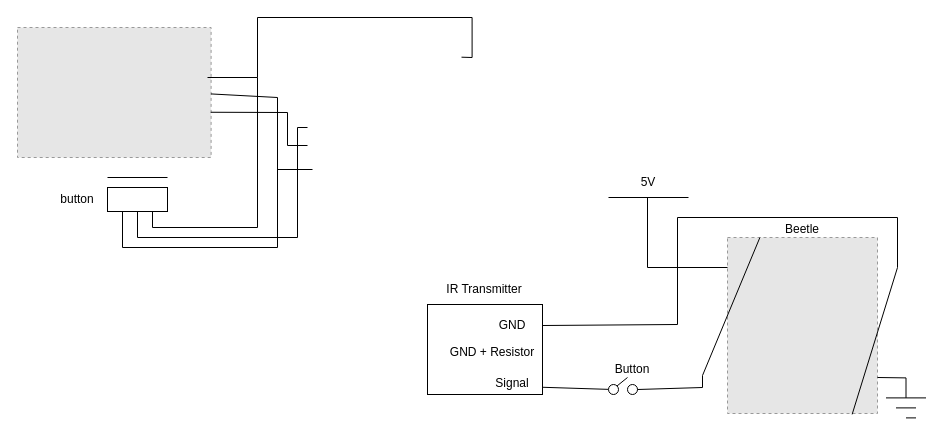
Before: page "figure 3" (3 of 3) of Untitled Diagram.drawio in e0425705/Notes, a draw.io diagram. Source tidied: cells renumbered, new cells numbered last; positions are measured from the earlier drawing's top-left corner, leaving out a move shared by most shapes. Both pictures are drawn from the tidied source at 100%, with x=0, y=0 at pixel (17, 17). Pictures stored in the file or linked from it are replaced by grey dashed boxes.
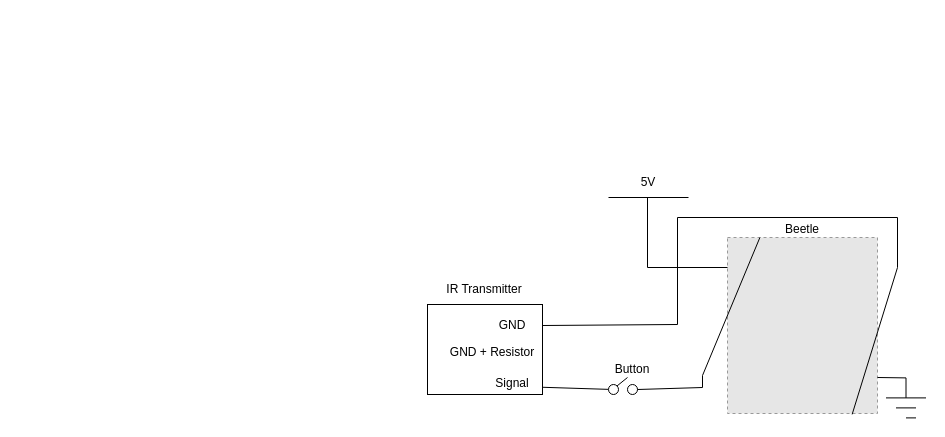
The same page after the edit.

The edit, as a diff of the source:
```diff
@@
-    <mxCell id="3" style="fillColor=#E6E6E6;strokeColor=#999999;dashed=1;verticalLabelPosition=bottom;labelBackgroundColor=default;verticalAlign=top;" parent="1" vertex="1">
-      <mxGeometry y="10" width="193.6" height="130" as="geometry" />
-    </mxCell>
@@
-    <mxCell id="7" style="endArrow=none;html=1;rounded=0;entryX=0.831;entryY=0.996;entryDx=0;entryDy=0;entryPerimeter=0;" parent="1" edge="1">
-      <mxGeometry relative="1" as="geometry">
-        <mxPoint x="190" y="60" as="sourcePoint" />
-        <mxPoint x="444" y="39.7" as="targetPoint" />
-        <Array as="points">
-          <mxPoint x="240" y="60" />
-          <mxPoint x="240" />
-          <mxPoint x="454.6" />
-          <mxPoint x="454.6" y="40" />
-        </Array>
-      </mxGeometry>
-    </mxCell>
@@
-    <mxCell id="12" style="endArrow=none;html=1;rounded=0;entryX=0.195;entryY=0.006;entryDx=0;entryDy=0;entryPerimeter=0;exitX=0.999;exitY=0.511;exitDx=0;exitDy=0;exitPerimeter=0;" parent="1" edge="1" source="3">
-      <mxGeometry relative="1" as="geometry">
-        <mxPoint x="295" y="152" as="targetPoint" />
-        <Array as="points">
-          <mxPoint x="260" y="80" />
-          <mxPoint x="260" y="152" />
-        </Array>
-      </mxGeometry>
-    </mxCell>
-    <mxCell id="13" style="endArrow=none;html=1;rounded=0;exitX=0.998;exitY=0.652;exitDx=0;exitDy=0;exitPerimeter=0;" parent="1" edge="1" source="3">
-      <mxGeometry relative="1" as="geometry">
-        <mxPoint x="290" y="128" as="targetPoint" />
-        <Array as="points">
-          <mxPoint x="270" y="95" />
-          <mxPoint x="270" y="128" />
-        </Array>
-      </mxGeometry>
-    </mxCell>
-    <mxCell id="14" style="rounded=0;whiteSpace=wrap;html=1;" parent="1" vertex="1">
-      <mxGeometry x="90" y="170" width="60" height="24" as="geometry" />
-    </mxCell>
-    <mxCell id="15" style="endArrow=none;html=1;rounded=0;" parent="1" edge="1">
-      <mxGeometry relative="1" as="geometry">
-        <mxPoint x="90" y="160" as="sourcePoint" />
-        <mxPoint x="150" y="160" as="targetPoint" />
-      </mxGeometry>
-    </mxCell>
-    <mxCell id="16" style="endArrow=none;html=1;rounded=0;entryX=0.25;entryY=1;entryDx=0;entryDy=0;" parent="1" edge="1" target="14">
-      <mxGeometry relative="1" as="geometry">
-        <mxPoint x="260" y="150" as="sourcePoint" />
-        <Array as="points">
-          <mxPoint x="260" y="230" />
-          <mxPoint x="105" y="230" />
-        </Array>
-      </mxGeometry>
-    </mxCell>
-    <mxCell id="17" style="endArrow=none;html=1;rounded=0;exitX=0.5;exitY=1;exitDx=0;exitDy=0;" parent="1" edge="1" source="14">
-      <mxGeometry relative="1" as="geometry">
-        <mxPoint x="290" y="110" as="targetPoint" />
-        <Array as="points">
-          <mxPoint x="120" y="220" />
-          <mxPoint x="280" y="220" />
-          <mxPoint x="280" y="110" />
-        </Array>
-      </mxGeometry>
-    </mxCell>
-    <mxCell id="18" style="endArrow=none;html=1;rounded=0;exitX=0.75;exitY=1;exitDx=0;exitDy=0;" parent="1" edge="1" source="14">
-      <mxGeometry relative="1" as="geometry">
-        <mxPoint x="240" y="60" as="targetPoint" />
-        <Array as="points">
-          <mxPoint x="135" y="210" />
-          <mxPoint x="240" y="210" />
-        </Array>
-      </mxGeometry>
-    </mxCell>
-    <mxCell id="19" value="button" style="text;html=1;strokeColor=none;fillColor=none;align=center;verticalAlign=middle;whiteSpace=wrap;rounded=0;" parent="1" vertex="1">
-      <mxGeometry x="30" y="167" width="60" height="30" as="geometry" />
-    </mxCell>
```
